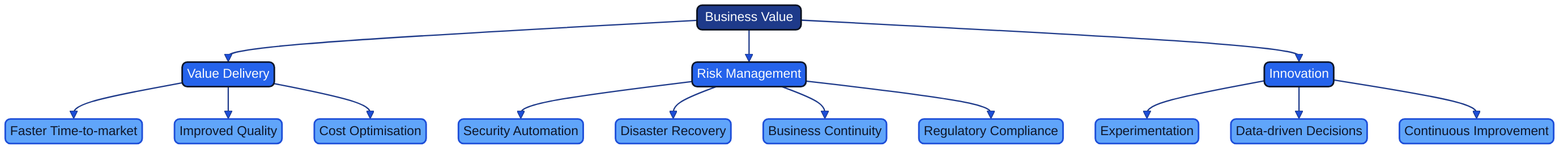
Above: docs/images/mindmap_21c_business.png in Geonitab/architecture_as_code (Mermaid), before the change. Its source is kept beside it as docs/images/mindmap_21c_business.mmd.
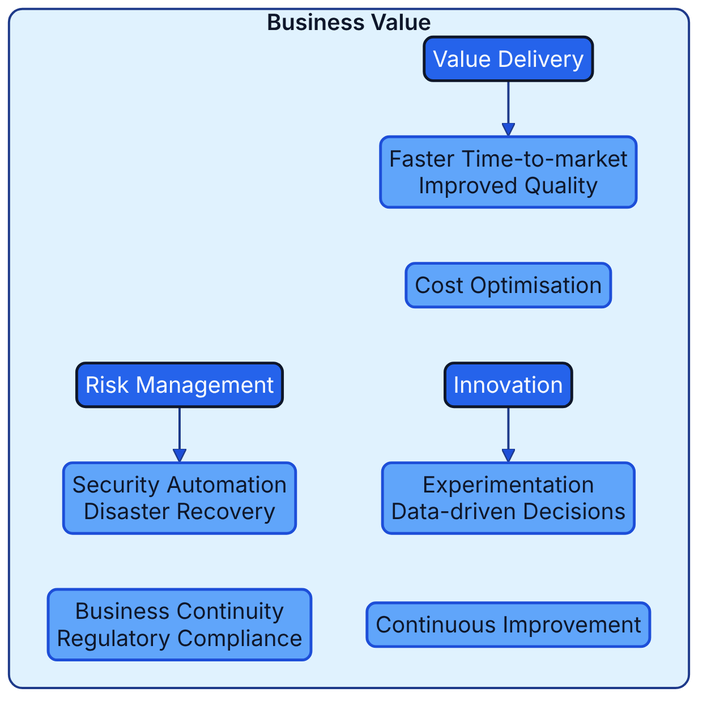
Above is the later version.

Change to the diagram source:
```diff
@@ -1,15 +1,20 @@
-graph TD
-    ROOT(["Business Value"]):::geon-primary
-    ROOT --> VD["Value Delivery"]:::geon-accent
-    ROOT --> RM["Risk Management"]:::geon-accent
-    ROOT --> IN["Innovation"]:::geon-accent
-    VD --> VD1["Faster Time-to-market"]:::geon-highlight
-    VD --> VD2["Improved Quality"]:::geon-highlight
-    VD --> VD3["Cost Optimisation"]:::geon-highlight
-    RM --> RM1["Security Automation"]:::geon-highlight
-    RM --> RM2["Disaster Recovery"]:::geon-highlight
-    RM --> RM3["Business Continuity"]:::geon-highlight
-    RM --> RM4["Regulatory Compliance"]:::geon-highlight
-    IN --> IN1["Experimentation"]:::geon-highlight
-    IN --> IN2["Data-driven Decisions"]:::geon-highlight
-    IN --> IN3["Continuous Improvement"]:::geon-highlight
+flowchart TB
+    subgraph ROOT["Business Value"]
+        direction TB
+        B0["Value Delivery"]:::geon-accent
+        L0_0["Faster Time-to-market<br/>Improved Quality"]:::geon-highlight
+        B0 --> L0_0
+        L0_1["Cost Optimisation"]:::geon-highlight
+        L0_0 ~~~ L0_1
+        B1["Risk Management"]:::geon-accent
+        L1_0["Security Automation<br/>Disaster Recovery"]:::geon-highlight
+        B1 --> L1_0
+        L1_1["Business Continuity<br/>Regulatory Compliance"]:::geon-highlight
+        L1_0 ~~~ L1_1
+        B2["Innovation"]:::geon-accent
+        L2_0["Experimentation<br/>Data-driven Decisions"]:::geon-highlight
+        B2 --> L2_0
+        L2_1["Continuous Improvement"]:::geon-highlight
+        L2_0 ~~~ L2_1
+        L0_1 ~~~ B2
+    end
```
